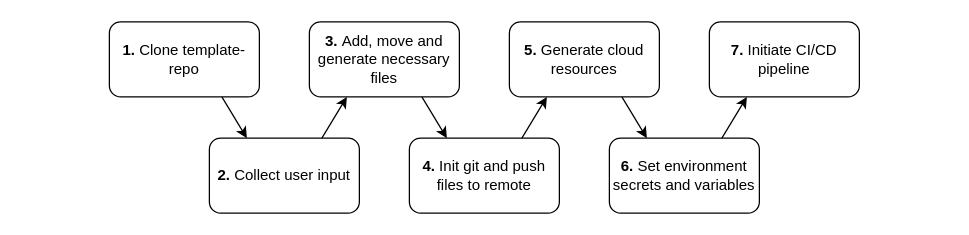
The draw.io diagram use_case_activity_diagram.drawio in oscarmarcussen/master_diagram, before the edit. Source tidied: cells renumbered, new cells numbered last; positions are measured from the earlier drawing's top-left corner, leaving out a move shared by most shapes. Both pictures are drawn from the tidied source at 125%, with x=0, y=0 at pixel (109, 21).
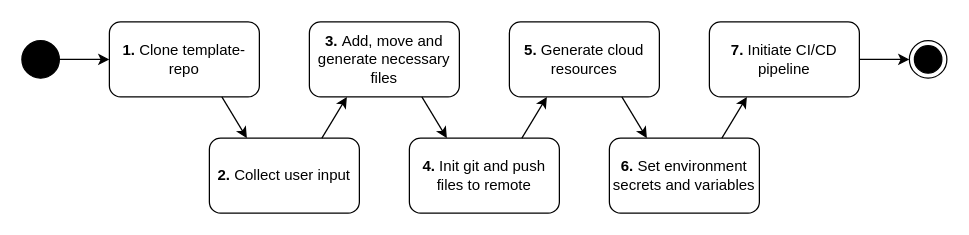
Above is the later version.

The change refers to these unchanged cells:
```xml
<mxCell id="2" value="&lt;b&gt;1. &lt;/b&gt;Clone template-repo" style="rounded=1;whiteSpace=wrap;html=1;" parent="1" vertex="1">
  <mxGeometry width="120" height="60" as="geometry" />
</mxCell>
<mxCell id="8" value="&lt;b&gt;7. &lt;/b&gt;Initiate&amp;nbsp;CI/CD pipeline" style="rounded=1;whiteSpace=wrap;html=1;" parent="1" vertex="1">
  <mxGeometry x="480" width="120" height="60" as="geometry" />
</mxCell>
```

Diff of the diagram source:
```diff
@@
+    <mxCell id="15" style="edgeStyle=orthogonalEdgeStyle;rounded=0;jettySize=auto;html=1;exitX=1;exitY=0.5;exitDx=0;exitDy=0;" parent="1" edge="1" source="8" target="18">
+      <mxGeometry relative="1" as="geometry" />
+    </mxCell>
@@
+    <mxCell id="16" style="edgeStyle=orthogonalEdgeStyle;rounded=0;jettySize=auto;html=1;exitX=1;exitY=0.5;exitDx=0;exitDy=0;" parent="1" edge="1" source="17" target="2">
+      <mxGeometry relative="1" as="geometry" />
+    </mxCell>
+    <mxCell id="17" style="ellipse;fillColor=strokeColor;html=1;" parent="1" vertex="1">
+      <mxGeometry x="-70" y="15" width="30" height="30" as="geometry" />
+    </mxCell>
+    <mxCell id="18" style="ellipse;html=1;shape=endState;fillColor=strokeColor;" parent="1" vertex="1">
+      <mxGeometry x="640" y="15" width="30" height="30" as="geometry" />
+    </mxCell>
```
